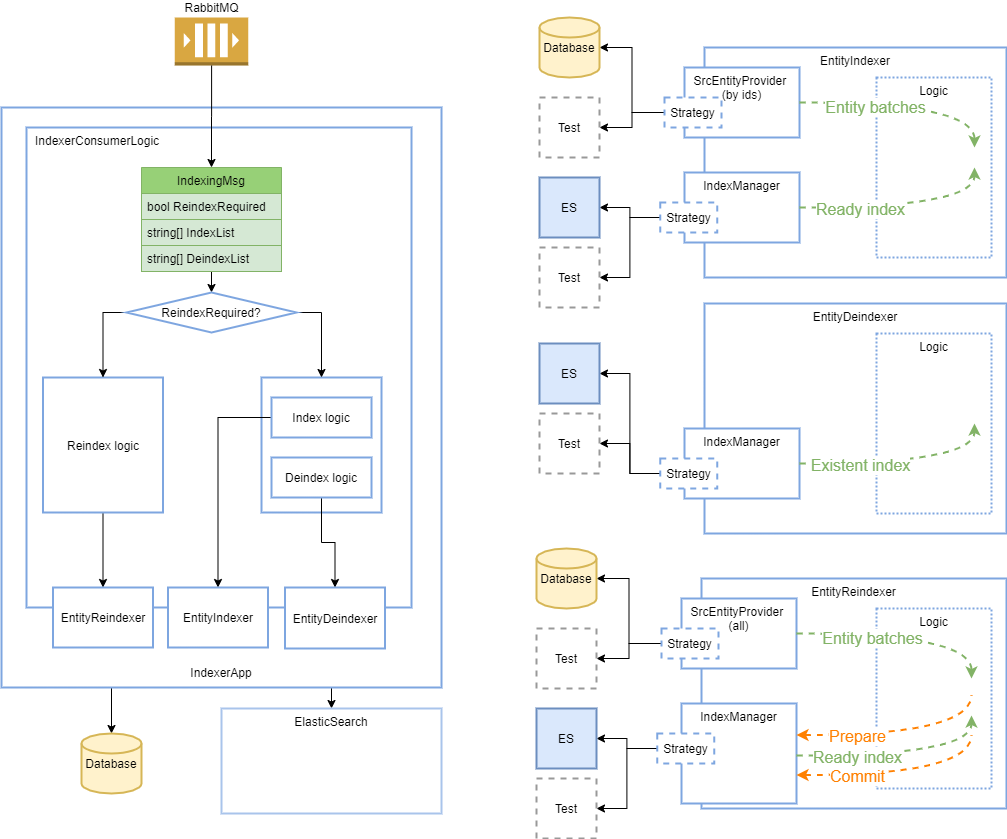
Above: doc/indexer-app-inside.png in ozzy-ext-mylab/indexer-app (draw.io), before the change. Source tidied: cells renumbered, new cells last; positions are measured from the earlier drawing's top-left corner, leaving out a move shared by most shapes.
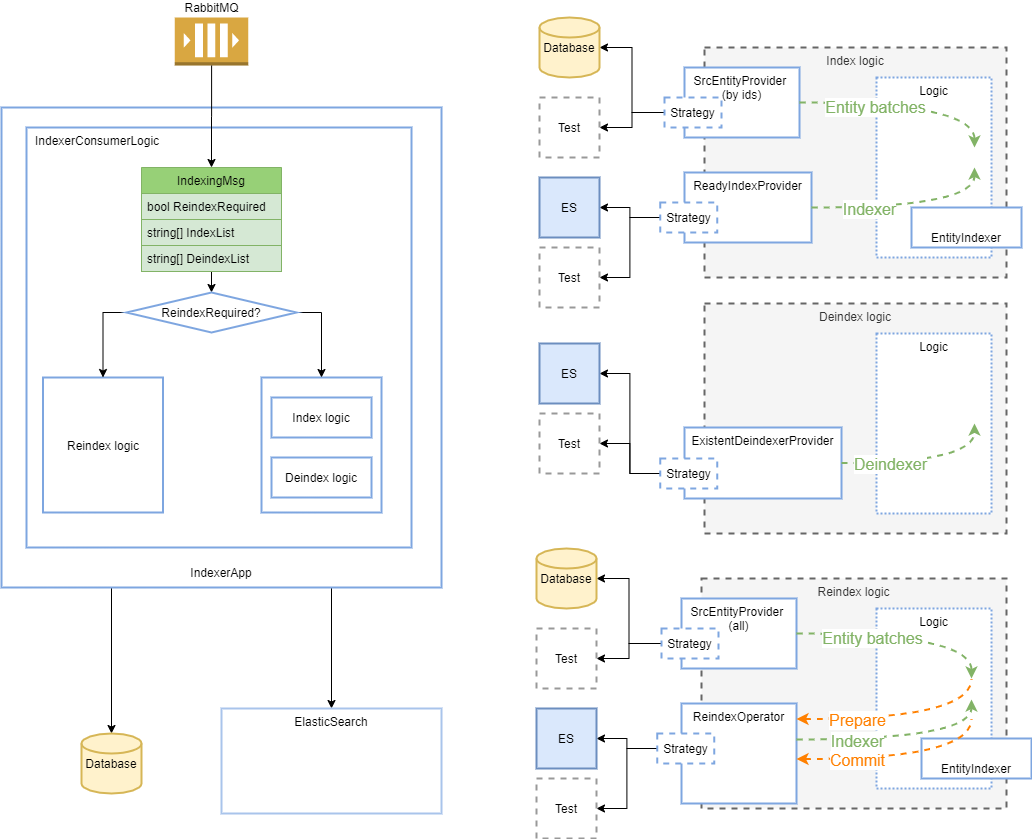
Above is the later version.

Commit message:
Update reindexing diagramm

The edit, as a diff of the source:
```diff
@@ -2,6 +2,24 @@
   <root>
     <mxCell id="0" />
     <mxCell id="1" parent="0" />
+    <mxCell id="52" value="Reindex logic" style="rounded=0;whiteSpace=wrap;html=1;align=center;verticalAlign=top;strokeColor=#666666;strokeWidth=2;dashed=1;fillColor=#f5f5f5;fontColor=#333333;" parent="1" vertex="1">
+      <mxGeometry x="700" y="561" width="305" height="230" as="geometry" />
+    </mxCell>
+    <mxCell id="65" value="Logic" style="rounded=0;whiteSpace=wrap;html=1;align=center;verticalAlign=top;strokeColor=#7EA6E0;strokeWidth=2;dashed=1;dashPattern=1 1;" parent="1" vertex="1">
+      <mxGeometry x="875" y="591" width="115" height="180" as="geometry" />
+    </mxCell>
+    <mxCell id="79" value="EntityIndexer" style="rounded=0;whiteSpace=wrap;html=1;align=center;verticalAlign=bottom;strokeColor=#7EA6E0;strokeWidth=2;" parent="1" vertex="1">
+      <mxGeometry x="920" y="721" width="110" height="40" as="geometry" />
+    </mxCell>
+    <mxCell id="24" value="Index logic" style="rounded=0;whiteSpace=wrap;html=1;align=center;verticalAlign=top;strokeColor=#666666;strokeWidth=2;dashed=1;fillColor=#f5f5f5;fontColor=#333333;" parent="1" vertex="1">
+      <mxGeometry x="703" y="30" width="302" height="230" as="geometry" />
+    </mxCell>
+    <mxCell id="37" value="Logic" style="rounded=0;whiteSpace=wrap;html=1;align=center;verticalAlign=top;strokeColor=#7EA6E0;strokeWidth=2;dashed=1;dashPattern=1 1;" parent="1" vertex="1">
+      <mxGeometry x="875" y="60" width="115" height="180" as="geometry" />
+    </mxCell>
+    <mxCell id="80" value="EntityIndexer" style="rounded=0;whiteSpace=wrap;html=1;align=center;verticalAlign=bottom;strokeColor=#7EA6E0;strokeWidth=2;" parent="1" vertex="1">
+      <mxGeometry x="910" y="190" width="110" height="40" as="geometry" />
+    </mxCell>
     <mxCell id="2" value="RabbitMQ" style="outlineConnect=0;dashed=0;verticalLabelPosition=top;verticalAlign=bottom;align=center;html=1;shape=mxgraph.aws3.queue;fillColor=#D9A741;gradientColor=none;labelPosition=center;" parent="1" vertex="1">
       <mxGeometry x="173.2" width="73.5" height="48" as="geometry" />
     </mxCell>
@@ -12,13 +30,13 @@
       <mxGeometry relative="1" as="geometry" />
     </mxCell>
     <mxCell id="5" value="IndexerApp" style="rounded=0;whiteSpace=wrap;html=1;verticalAlign=bottom;strokeWidth=2;strokeColor=#7EA6E0;spacingBottom=5;fillColor=#ffffff;" parent="1" vertex="1">
-      <mxGeometry y="90" width="440" height="580" as="geometry" />
+      <mxGeometry y="90" width="440" height="480" as="geometry" />
     </mxCell>
     <mxCell id="6" value="ElasticSearch" style="rounded=0;whiteSpace=wrap;html=1;verticalAlign=top;strokeWidth=2;strokeColor=#A9C4EB;fillColor=none;" parent="1" vertex="1">
       <mxGeometry x="220" y="691" width="220" height="105" as="geometry" />
     </mxCell>
     <mxCell id="7" value="IndexerConsumerLogic" style="rounded=0;whiteSpace=wrap;html=1;verticalAlign=top;align=left;spacingLeft=7;fillColor=#ffffff;strokeColor=#7EA6E0;strokeWidth=2;" parent="1" vertex="1">
-      <mxGeometry x="25" y="110" width="385" height="480" as="geometry" />
+      <mxGeometry x="25" y="110" width="385" height="420" as="geometry" />
     </mxCell>
     <mxCell id="8" style="edgeStyle=orthogonalEdgeStyle;rounded=0;jettySize=auto;html=1;exitX=0.5;exitY=1;exitDx=0;exitDy=0;entryX=0.5;entryY=0;entryDx=0;entryDy=0;" parent="1" edge="1" source="9" target="23">
       <mxGeometry relative="1" as="geometry" />
@@ -38,24 +56,15 @@
     <mxCell id="13" style="edgeStyle=orthogonalEdgeStyle;rounded=0;jettySize=auto;html=1;" parent="1" edge="1" source="2" target="9">
       <mxGeometry relative="1" as="geometry" />
     </mxCell>
-    <mxCell id="14" style="edgeStyle=orthogonalEdgeStyle;rounded=0;jettySize=auto;html=1;exitX=0.5;exitY=1;exitDx=0;exitDy=0;entryX=0.5;entryY=0;entryDx=0;entryDy=0;startArrow=none;startFill=0;endArrow=classic;endFill=1;strokeColor=#000000;strokeWidth=1;fontSize=16;fontColor=#FF8000;" parent="1" edge="1" source="15" target="74">
-      <mxGeometry relative="1" as="geometry" />
-    </mxCell>
     <mxCell id="15" value="Reindex logic" style="rounded=0;whiteSpace=wrap;html=1;align=center;strokeColor=#7EA6E0;strokeWidth=2;" parent="1" vertex="1">
       <mxGeometry x="41.5" y="360" width="120" height="135" as="geometry" />
     </mxCell>
     <mxCell id="16" style="rounded=0;whiteSpace=wrap;html=1;align=left;strokeColor=#7EA6E0;strokeWidth=2;" parent="1" vertex="1">
       <mxGeometry x="260" y="360" width="120" height="135" as="geometry" />
     </mxCell>
-    <mxCell id="17" style="edgeStyle=orthogonalEdgeStyle;rounded=0;jettySize=auto;html=1;entryX=0.5;entryY=0;entryDx=0;entryDy=0;startArrow=none;startFill=0;endArrow=classic;endFill=1;strokeColor=#000000;strokeWidth=1;fontSize=16;fontColor=#FF8000;" parent="1" edge="1" source="18" target="75">
-      <mxGeometry relative="1" as="geometry" />
-    </mxCell>
     <mxCell id="18" value="Index logic" style="rounded=0;whiteSpace=wrap;html=1;align=center;fillColor=#ffffff;strokeColor=#7EA6E0;" parent="1" vertex="1">
       <mxGeometry x="270" y="380" width="100" height="40" as="geometry" />
     </mxCell>
-    <mxCell id="19" style="edgeStyle=orthogonalEdgeStyle;rounded=0;jettySize=auto;html=1;startArrow=none;startFill=0;endArrow=classic;endFill=1;strokeColor=#000000;strokeWidth=1;fontSize=16;fontColor=#FF8000;" parent="1" edge="1" source="20" target="76">
-      <mxGeometry relative="1" as="geometry" />
-    </mxCell>
     <mxCell id="20" value="Deindex logic" style="rounded=0;whiteSpace=wrap;html=1;align=center;fillColor=#ffffff;strokeColor=#7EA6E0;strokeWidth=2;" parent="1" vertex="1">
       <mxGeometry x="270" y="440" width="100" height="40" as="geometry" />
     </mxCell>
@@ -68,14 +77,11 @@
     <mxCell id="23" value="ReindexRequired?" style="rhombus;whiteSpace=wrap;html=1;align=center;strokeColor=#7EA6E0;strokeWidth=2;" parent="1" vertex="1">
       <mxGeometry x="125" y="275" width="170" height="40" as="geometry" />
     </mxCell>
-    <mxCell id="24" value="EntityIndexer" style="rounded=0;whiteSpace=wrap;html=1;align=center;verticalAlign=top;strokeColor=#7EA6E0;strokeWidth=2;" parent="1" vertex="1">
-      <mxGeometry x="703" y="30" width="302" height="230" as="geometry" />
-    </mxCell>
     <mxCell id="25" value="SrcEntityProvider &lt;br&gt;(by ids)" style="rounded=0;whiteSpace=wrap;html=1;align=center;verticalAlign=top;strokeColor=#7EA6E0;strokeWidth=2;" parent="1" vertex="1">
       <mxGeometry x="683" y="50" width="115" height="70" as="geometry" />
     </mxCell>
-    <mxCell id="26" value="IndexManager" style="rounded=0;whiteSpace=wrap;html=1;align=center;verticalAlign=top;strokeColor=#7EA6E0;strokeWidth=2;" parent="1" vertex="1">
-      <mxGeometry x="683" y="155" width="115" height="70" as="geometry" />
+    <mxCell id="26" value="ReadyIndexProvider" style="rounded=0;whiteSpace=wrap;html=1;align=center;verticalAlign=top;strokeColor=#7EA6E0;strokeWidth=2;" parent="1" vertex="1">
+      <mxGeometry x="683" y="155" width="127" height="70" as="geometry" />
     </mxCell>
     <mxCell id="27" style="edgeStyle=orthogonalEdgeStyle;rounded=0;jettySize=auto;html=1;exitX=0;exitY=0.5;exitDx=0;exitDy=0;entryX=1;entryY=0.5;entryDx=0;entryDy=0;entryPerimeter=0;" parent="1" edge="1" source="29" target="30">
       <mxGeometry relative="1" as="geometry" />
@@ -107,9 +113,6 @@
     <mxCell id="36" value="ES" style="rounded=0;whiteSpace=wrap;html=1;align=center;fillColor=#dae8fc;strokeColor=#6c8ebf;strokeWidth=2;" parent="1" vertex="1">
       <mxGeometry x="538" y="160" width="60" height="60" as="geometry" />
     </mxCell>
-    <mxCell id="37" value="Logic" style="rounded=0;whiteSpace=wrap;html=1;align=center;verticalAlign=top;strokeColor=#7EA6E0;strokeWidth=2;dashed=1;dashPattern=1 1;" parent="1" vertex="1">
-      <mxGeometry x="875" y="60" width="115" height="180" as="geometry" />
-    </mxCell>
     <mxCell id="38" style="edgeStyle=orthogonalEdgeStyle;rounded=0;jettySize=auto;html=1;curved=1;dashed=1;strokeColor=#82B366;strokeWidth=2;" parent="1" edge="1" source="25">
       <mxGeometry relative="1" as="geometry">
         <mxPoint x="973" y="130" as="targetPoint" />
@@ -126,14 +129,14 @@
         </Array>
       </mxGeometry>
     </mxCell>
-    <mxCell id="41" value="Ready index" style="text;html=1;align=center;verticalAlign=middle;labelBackgroundColor=#ffffff;fontColor=#82B366;fontSize=16;" parent="40" vertex="1">
+    <mxCell id="41" value="Indexer" style="text;html=1;align=center;verticalAlign=middle;labelBackgroundColor=#ffffff;fontColor=#82B366;fontSize=16;" parent="40" vertex="1">
       <mxGeometry x="-0.44" y="-1" relative="1" as="geometry" />
     </mxCell>
-    <mxCell id="42" value="EntityDeindexer" style="rounded=0;whiteSpace=wrap;html=1;align=center;verticalAlign=top;strokeColor=#7EA6E0;strokeWidth=2;" parent="1" vertex="1">
+    <mxCell id="42" value="Deindex logic" style="rounded=0;whiteSpace=wrap;html=1;align=center;verticalAlign=top;strokeColor=#666666;strokeWidth=2;dashed=1;fillColor=#f5f5f5;fontColor=#333333;" parent="1" vertex="1">
       <mxGeometry x="703" y="286" width="302" height="230" as="geometry" />
     </mxCell>
-    <mxCell id="43" value="IndexManager" style="rounded=0;whiteSpace=wrap;html=1;align=center;verticalAlign=top;strokeColor=#7EA6E0;strokeWidth=2;" parent="1" vertex="1">
-      <mxGeometry x="683" y="411" width="115" height="70" as="geometry" />
+    <mxCell id="43" value="ExistentDeindexerProvider" style="rounded=0;whiteSpace=wrap;html=1;align=center;verticalAlign=top;strokeColor=#7EA6E0;strokeWidth=2;" parent="1" vertex="1">
+      <mxGeometry x="683" y="410" width="157" height="71" as="geometry" />
     </mxCell>
     <mxCell id="44" style="edgeStyle=orthogonalEdgeStyle;rounded=0;jettySize=auto;html=1;exitX=0;exitY=0.5;exitDx=0;exitDy=0;entryX=1;entryY=0.5;entryDx=0;entryDy=0;" parent="1" edge="1" source="46" target="48">
       <mxGeometry relative="1" as="geometry" />
@@ -161,16 +164,13 @@
         </Array>
       </mxGeometry>
     </mxCell>
-    <mxCell id="51" value="Existent index" style="text;html=1;align=center;verticalAlign=middle;labelBackgroundColor=#ffffff;fontColor=#82B366;fontSize=16;" parent="50" vertex="1">
+    <mxCell id="51" value="Deindexer" style="text;html=1;align=center;verticalAlign=middle;labelBackgroundColor=#ffffff;fontColor=#82B366;fontSize=16;" parent="50" vertex="1">
       <mxGeometry x="-0.44" y="-1" relative="1" as="geometry" />
     </mxCell>
-    <mxCell id="52" value="EntityReindexer" style="rounded=0;whiteSpace=wrap;html=1;align=center;verticalAlign=top;strokeColor=#7EA6E0;strokeWidth=2;" parent="1" vertex="1">
-      <mxGeometry x="700" y="561" width="305" height="230" as="geometry" />
-    </mxCell>
     <mxCell id="53" value="SrcEntityProvider &lt;br&gt;(all)" style="rounded=0;whiteSpace=wrap;html=1;align=center;verticalAlign=top;strokeColor=#7EA6E0;strokeWidth=2;" parent="1" vertex="1">
       <mxGeometry x="680" y="581" width="115" height="70" as="geometry" />
     </mxCell>
-    <mxCell id="54" value="IndexManager" style="rounded=0;whiteSpace=wrap;html=1;align=center;verticalAlign=top;strokeColor=#7EA6E0;strokeWidth=2;" parent="1" vertex="1">
+    <mxCell id="54" value="ReindexOperator" style="rounded=0;whiteSpace=wrap;html=1;align=center;verticalAlign=top;strokeColor=#7EA6E0;strokeWidth=2;" parent="1" vertex="1">
       <mxGeometry x="680" y="686" width="115" height="100" as="geometry" />
     </mxCell>
     <mxCell id="55" style="edgeStyle=orthogonalEdgeStyle;rounded=0;jettySize=auto;html=1;exitX=0;exitY=0.5;exitDx=0;exitDy=0;entryX=1;entryY=0.5;entryDx=0;entryDy=0;entryPerimeter=0;" parent="1" edge="1" source="57" target="58">
@@ -203,9 +203,6 @@
     <mxCell id="64" value="ES" style="rounded=0;whiteSpace=wrap;html=1;align=center;fillColor=#dae8fc;strokeColor=#6c8ebf;strokeWidth=2;" parent="1" vertex="1">
       <mxGeometry x="535" y="691" width="60" height="60" as="geometry" />
     </mxCell>
-    <mxCell id="65" value="Logic" style="rounded=0;whiteSpace=wrap;html=1;align=center;verticalAlign=top;strokeColor=#7EA6E0;strokeWidth=2;dashed=1;dashPattern=1 1;" parent="1" vertex="1">
-      <mxGeometry x="875" y="591" width="115" height="180" as="geometry" />
-    </mxCell>
     <mxCell id="66" style="edgeStyle=orthogonalEdgeStyle;rounded=0;jettySize=auto;html=1;curved=1;dashed=1;strokeColor=#82B366;strokeWidth=2;" parent="1" edge="1" source="53">
       <mxGeometry relative="1" as="geometry">
         <mxPoint x="970" y="661" as="targetPoint" />
@@ -216,22 +213,22 @@
     </mxCell>
     <mxCell id="68" style="edgeStyle=orthogonalEdgeStyle;curved=1;rounded=0;orthogonalLoop=1;jettySize=auto;html=1;dashed=1;strokeColor=#82B366;strokeWidth=2;" parent="1" edge="1">
       <mxGeometry relative="1" as="geometry">
-        <mxPoint x="795" y="738" as="sourcePoint" />
-        <mxPoint x="970" y="698" as="targetPoint" />
+        <mxPoint x="795" y="722" as="sourcePoint" />
+        <mxPoint x="970" y="682" as="targetPoint" />
         <Array as="points">
-          <mxPoint x="970" y="738" />
+          <mxPoint x="970" y="722" />
         </Array>
       </mxGeometry>
     </mxCell>
-    <mxCell id="69" value="Ready index" style="text;html=1;align=center;verticalAlign=middle;labelBackgroundColor=#ffffff;fontColor=#82B366;fontSize=16;" parent="68" vertex="1">
+    <mxCell id="69" value="Indexer" style="text;html=1;align=center;verticalAlign=middle;labelBackgroundColor=#ffffff;fontColor=#82B366;fontSize=16;" parent="68" vertex="1">
       <mxGeometry x="-0.44" y="-1" relative="1" as="geometry" />
     </mxCell>
     <mxCell id="70" style="edgeStyle=orthogonalEdgeStyle;curved=1;rounded=0;orthogonalLoop=1;jettySize=auto;html=1;dashed=1;strokeColor=#FF8000;strokeWidth=2;startArrow=classic;startFill=1;endArrow=none;endFill=0;" parent="1" edge="1">
       <mxGeometry relative="1" as="geometry">
-        <mxPoint x="795" y="717.5" as="sourcePoint" />
-        <mxPoint x="970" y="677.5" as="targetPoint" />
+        <mxPoint x="795" y="701.5" as="sourcePoint" />
+        <mxPoint x="970" y="661.5" as="targetPoint" />
         <Array as="points">
-          <mxPoint x="970" y="717.5" />
+          <mxPoint x="970" y="701.5" />
         </Array>
       </mxGeometry>
     </mxCell>
@@ -240,25 +237,16 @@
     </mxCell>
     <mxCell id="72" style="edgeStyle=orthogonalEdgeStyle;curved=1;rounded=0;orthogonalLoop=1;jettySize=auto;html=1;dashed=1;strokeColor=#FF8000;strokeWidth=2;startArrow=classic;startFill=1;endArrow=none;endFill=0;" parent="1" edge="1">
       <mxGeometry relative="1" as="geometry">
-        <mxPoint x="795" y="757.5" as="sourcePoint" />
-        <mxPoint x="970" y="717.5" as="targetPoint" />
+        <mxPoint x="795" y="741.5" as="sourcePoint" />
+        <mxPoint x="970" y="701.5" as="targetPoint" />
         <Array as="points">
-          <mxPoint x="970" y="757.5" />
+          <mxPoint x="970" y="741.5" />
         </Array>
       </mxGeometry>
     </mxCell>
     <mxCell id="73" value="Commit" style="text;html=1;align=center;verticalAlign=middle;labelBackgroundColor=#ffffff;fontColor=#FF8000;fontSize=16;" parent="72" vertex="1">
       <mxGeometry x="-0.44" y="-1" relative="1" as="geometry" />
     </mxCell>
-    <mxCell id="74" value="EntityReindexer" style="rounded=0;whiteSpace=wrap;html=1;align=center;strokeColor=#7EA6E0;strokeWidth=2;" parent="1" vertex="1">
-      <mxGeometry x="51.5" y="570" width="100" height="60" as="geometry" />
-    </mxCell>
-    <mxCell id="75" value="EntityIndexer" style="rounded=0;whiteSpace=wrap;html=1;align=center;fillColor=#ffffff;strokeColor=#7EA6E0;strokeWidth=2;" parent="1" vertex="1">
-      <mxGeometry x="166.5" y="570" width="100" height="60" as="geometry" />
-    </mxCell>
-    <mxCell id="76" value="EntityDeindexer" style="rounded=0;whiteSpace=wrap;html=1;align=center;fillColor=#ffffff;strokeColor=#7EA6E0;strokeWidth=2;" parent="1" vertex="1">
-      <mxGeometry x="283.5" y="570" width="100" height="61" as="geometry" />
-    </mxCell>
     <mxCell id="77" value="Database" style="strokeWidth=2;html=1;shape=mxgraph.flowchart.database;whiteSpace=wrap;fillColor=#fff2cc;strokeColor=#d6b656;" parent="1" vertex="1">
       <mxGeometry x="80" y="716" width="60" height="60" as="geometry" />
     </mxCell>
```
